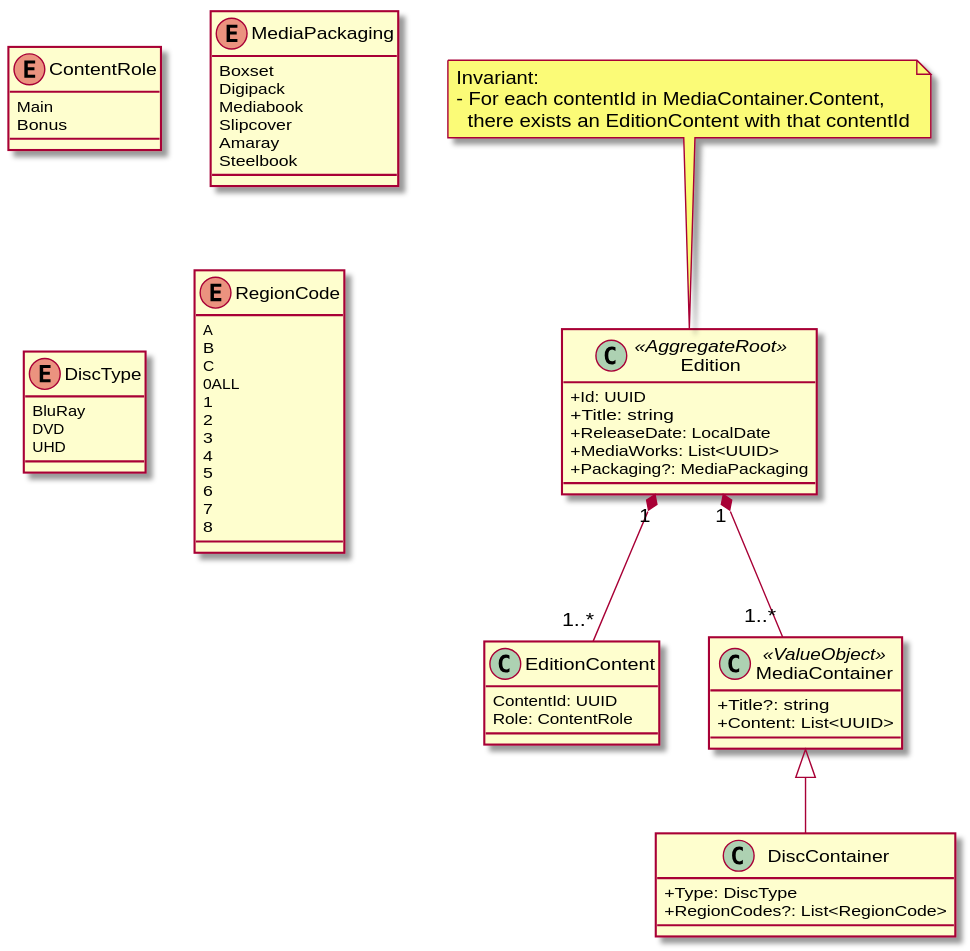
This is docs/diagrams/domain/domain-edition.svg from yantue/colleq, a PlantUML export, as it was before one commit.
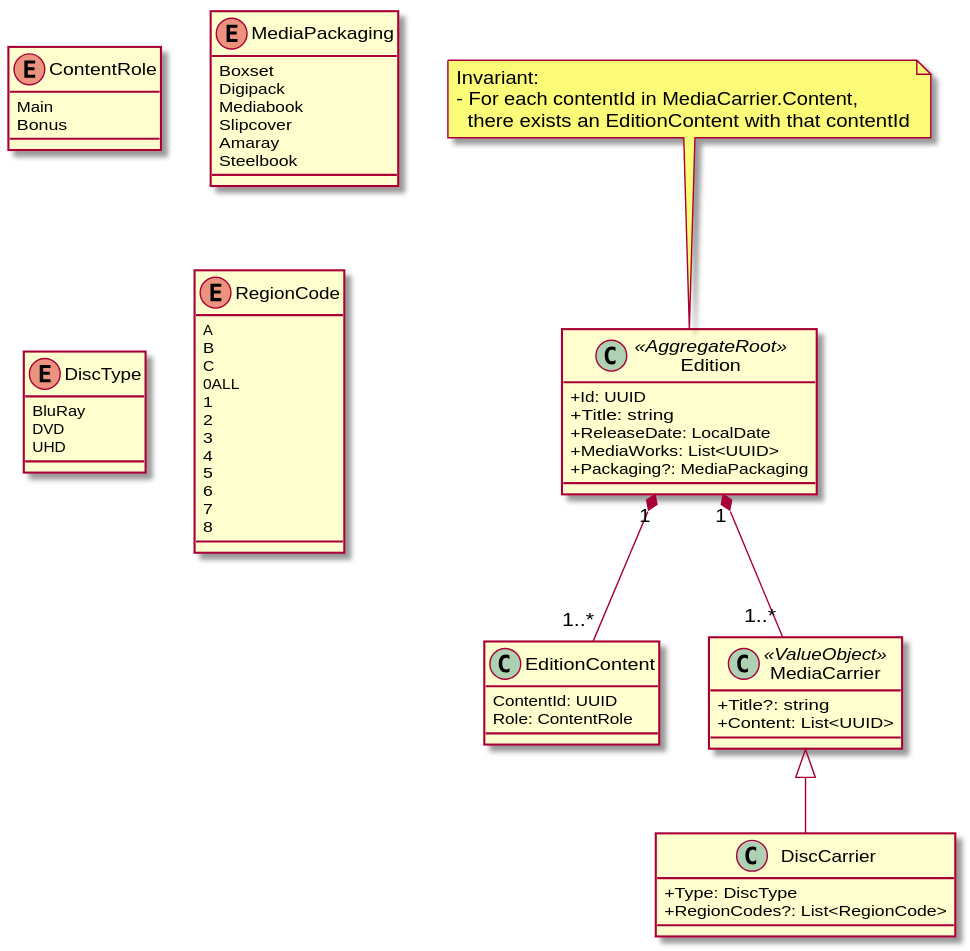
After the change.

What changed in the source:
```diff
@@ -11,7 +11,7 @@
 
 note top of Edition
 Invariant:
-- For each contentId in MediaContainer.Content,
+- For each contentId in MediaCarrier.Content,
   there exists an EditionContent with that contentId
 end note
 
@@ -27,19 +27,19 @@
     Bonus
 }
 
-class MediaContainer <<ValueObject>> {
+class MediaCarrier <<ValueObject>> {
     +Title?: string
     +Content: List<UUID>
 }
 
-Edition "1" *-- "1..*" MediaContainer
+Edition "1" *-- "1..*" MediaCarrier
 
-class DiscContainer {
+class DiscCarrier {
     +Type: DiscType
     +RegionCodes?: List<RegionCode>
 }
 
-MediaContainer <|-- DiscContainer
+MediaCarrier <|-- DiscCarrier
 
 enum MediaPackaging {
     Boxset
```
